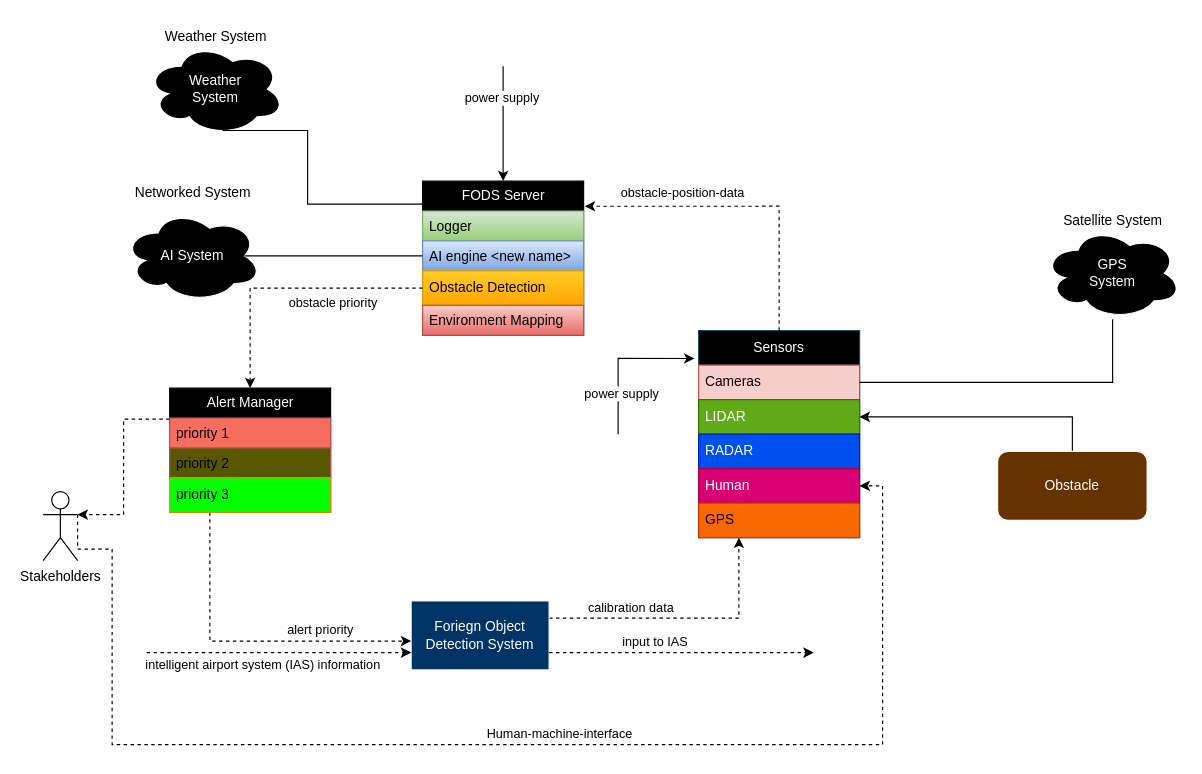
This is Untitled Diagram.drawio from varuneranki/MBSE, a draw.io file, before an edit. Source tidied: cells renumbered, new cells numbered last; positions are measured from the earlier drawing's top-left corner, leaving out a move shared by most shapes. Both pictures are drawn from the tidied source at 115%, with x=0, y=0 at pixel (43, 20).
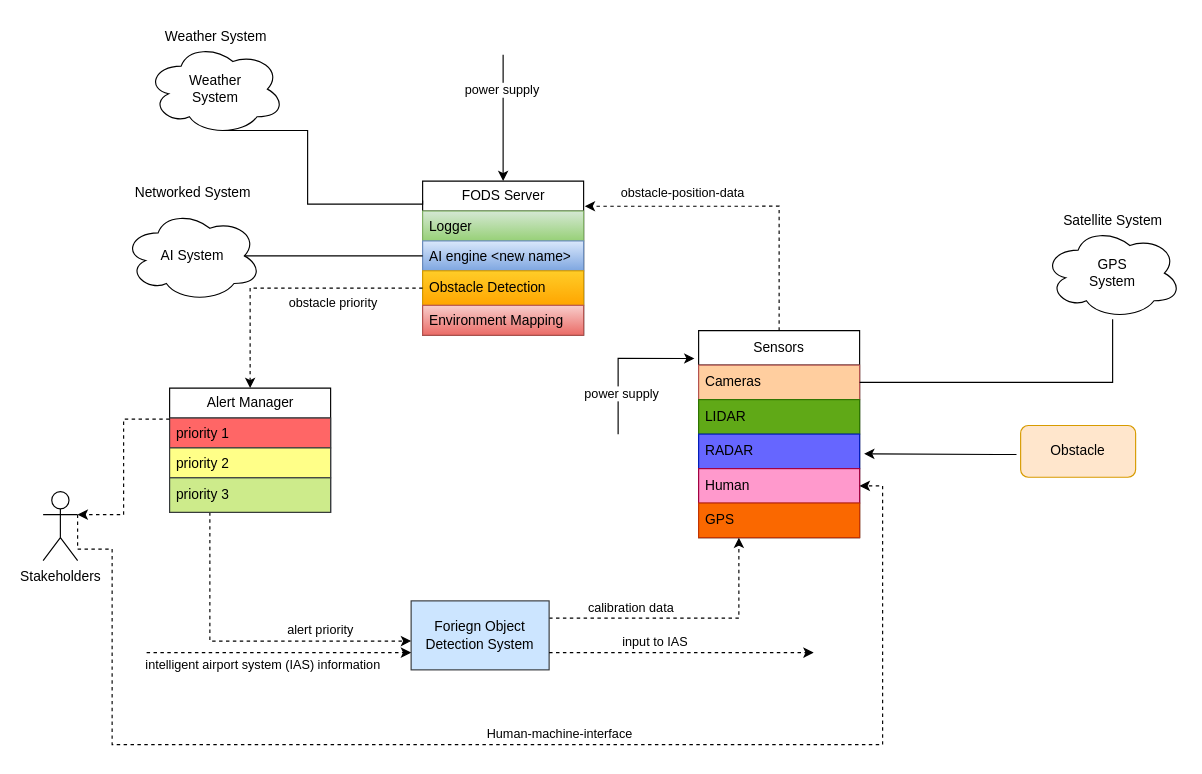
Above is the later version.

Unchanged cells that the change refers to:
```xml
<mxCell id="40" style="group;" parent="1" vertex="1">
  <mxGeometry x="870" y="160" width="120" height="100" as="geometry" />
</mxCell>
<mxCell id="43" style="group;" parent="1" vertex="1">
  <mxGeometry x="90" width="120" height="100" as="geometry" />
</mxCell>
```

What changed in the source:
```diff
@@
-    <mxCell id="2" value="Sensors" style="swimlane;fontStyle=0;horizontal=1;startSize=30;whiteSpace=wrap;html=1;fillColor=#000000;strokeColor=#23445d;fontColor=#FFFFFF;" parent="1" vertex="1">
+    <mxCell id="2" value="Sensors" style="swimlane;fontStyle=0;horizontal=1;startSize=30;whiteSpace=wrap;html=1;" parent="1" vertex="1">
       <mxGeometry x="570" y="270" width="140" height="180" as="geometry" />
     </mxCell>
-    <mxCell id="3" value="Cameras" style="text;strokeColor=#b85450;fillColor=#f8cecc;align=left;verticalAlign=middle;spacingLeft=4;spacingRight=4;overflow=hidden;points=[[0,0.5],[1,0.5]];portConstraint=eastwest;whiteSpace=wrap;html=1;" parent="2" vertex="1">
+    <mxCell id="3" value="Cameras" style="text;strokeColor=#b85450;fillColor=#FFCE9F;align=left;verticalAlign=middle;spacingLeft=4;spacingRight=4;overflow=hidden;points=[[0,0.5],[1,0.5]];portConstraint=eastwest;whiteSpace=wrap;html=1;" parent="2" vertex="1">
       <mxGeometry y="30" width="140" height="30" as="geometry" />
     </mxCell>
-    <mxCell id="4" value="LIDAR" style="text;strokeColor=#2D7600;fillColor=#60a917;align=left;verticalAlign=middle;spacingLeft=4;spacingRight=4;overflow=hidden;points=[[0,0.5],[1,0.5]];portConstraint=eastwest;whiteSpace=wrap;html=1;fontColor=#ffffff;" parent="2" vertex="1">
+    <mxCell id="4" value="LIDAR" style="text;strokeColor=#2D7600;fillColor=#60a917;align=left;verticalAlign=middle;spacingLeft=4;spacingRight=4;overflow=hidden;points=[[0,0.5],[1,0.5]];portConstraint=eastwest;whiteSpace=wrap;html=1;fontColor=#000000;" parent="2" vertex="1">
       <mxGeometry y="60" width="140" height="30" as="geometry" />
     </mxCell>
-    <mxCell id="5" value="RADAR" style="text;strokeColor=#001DBC;fillColor=#0050ef;align=left;verticalAlign=middle;spacingLeft=4;spacingRight=4;overflow=hidden;points=[[0,0.5],[1,0.5]];portConstraint=eastwest;whiteSpace=wrap;html=1;fontColor=#ffffff;" parent="2" vertex="1">
+    <mxCell id="5" value="RADAR" style="text;strokeColor=#001DBC;fillColor=#6666FF;align=left;verticalAlign=middle;spacingLeft=4;spacingRight=4;overflow=hidden;points=[[0,0.5],[1,0.5]];portConstraint=eastwest;whiteSpace=wrap;html=1;fontColor=#000000;" parent="2" vertex="1">
       <mxGeometry y="90" width="140" height="30" as="geometry" />
     </mxCell>
-    <mxCell id="6" value="Human" style="text;strokeColor=#A50040;fillColor=#d80073;align=left;verticalAlign=middle;spacingLeft=4;spacingRight=4;overflow=hidden;whiteSpace=wrap;html=1;fontColor=#ffffff;" parent="2" vertex="1">
+    <mxCell id="6" value="Human" style="text;strokeColor=#A50040;fillColor=#FF99CC;align=left;verticalAlign=middle;spacingLeft=4;spacingRight=4;overflow=hidden;whiteSpace=wrap;html=1;fontColor=#000000;" parent="2" vertex="1">
       <mxGeometry y="120" width="140" height="30" as="geometry" />
     </mxCell>
@@
-    <mxCell id="10" value="Foriegn Object Detection System" style="rounded=0;whiteSpace=wrap;html=1;strokeColor=#FFFFFF;fillColor=#003366;fontColor=#FFFFFF;" parent="1" vertex="1">
+    <mxCell id="10" value="Foriegn Object Detection System" style="rounded=0;whiteSpace=wrap;html=1;strokeColor=#36393d;fillColor=#cce5ff;" parent="1" vertex="1">
       <mxGeometry x="320" y="505" width="120" height="60" as="geometry" />
     </mxCell>
@@
-    <mxCell id="15" style="edgeStyle=orthogonalEdgeStyle;rounded=0;jettySize=auto;html=1;entryX=1;entryY=0.5;entryDx=0;entryDy=0;" parent="1" edge="1" source="16" target="4">
-      <mxGeometry relative="1" as="geometry" />
+    <mxCell id="15" style="edgeStyle=orthogonalEdgeStyle;rounded=0;jettySize=auto;html=1;entryX=1.028;entryY=0.571;entryDx=0;entryDy=0;entryPerimeter=0;exitX=-0.036;exitY=0.56;exitDx=0;exitDy=0;exitPerimeter=0;" parent="1" edge="1" source="16" target="5">
+      <mxGeometry relative="1" as="geometry">
+        <Array as="points">
+          <mxPoint x="830" y="378" />
+        </Array>
+      </mxGeometry>
     </mxCell>
-    <mxCell id="16" value="Obstacle" style="rounded=1;whiteSpace=wrap;html=1;strokeColor=#FFFFFF;fillColor=#663300;gradientColor=none;fontColor=#FFFFFF;" parent="1" vertex="1">
-      <mxGeometry x="830" y="375" width="130" height="60" as="geometry" />
+    <mxCell id="16" value="Obstacle" style="rounded=1;whiteSpace=wrap;html=1;strokeColor=#d79b00;fillColor=#ffe6cc;" parent="1" vertex="1">
+      <mxGeometry x="850" y="352.5" width="100" height="45" as="geometry" />
     </mxCell>
@@
-    <mxCell id="18" value="FOD&lt;span style=&quot;background-color: initial;&quot;&gt;S&amp;nbsp;&lt;/span&gt;&lt;span style=&quot;background-color: initial;&quot;&gt;Server&lt;/span&gt;" style="swimlane;fontStyle=0;horizontal=1;startSize=26;fillColor=#000000;html=1;fontColor=#FFFFFF;" parent="1" vertex="1">
+    <mxCell id="18" value="FOD&lt;span style=&quot;background-color: initial;&quot;&gt;S&amp;nbsp;&lt;/span&gt;&lt;span style=&quot;background-color: initial;&quot;&gt;Server&lt;/span&gt;" style="swimlane;fontStyle=0;horizontal=1;startSize=26;html=1;" parent="1" vertex="1">
       <mxGeometry x="330" y="140" width="140" height="134" as="geometry" />
     </mxCell>
@@
-    <mxCell id="25" value="AI System" style="ellipse;shape=cloud;whiteSpace=wrap;html=1;fontColor=#FFFFFF;fillColor=#000000;strokeColor=#FFFFFF;" parent="1" vertex="1">
+    <mxCell id="25" value="AI System" style="ellipse;shape=cloud;whiteSpace=wrap;html=1;fontColor=#000000;fillColor=#FFFFFF;strokeColor=#000000;" parent="1" vertex="1">
       <mxGeometry x="70" y="165" width="120" height="80" as="geometry" />
     </mxCell>
@@
-    <mxCell id="29" value="Alert Manager" style="swimlane;fontStyle=0;horizontal=1;startSize=26;fillColor=#000000;html=1;fontColor=#FFFFFF;" parent="1" vertex="1">
+    <mxCell id="29" value="Alert Manager" style="swimlane;fontStyle=0;horizontal=1;startSize=26;html=1;" parent="1" vertex="1">
       <mxGeometry x="110" y="320" width="140" height="108" as="geometry" />
     </mxCell>
-    <mxCell id="30" value="priority 1" style="text;strokeColor=#b85450;fillColor=#F86E5E;align=left;verticalAlign=top;spacingLeft=4;spacingRight=4;overflow=hidden;whiteSpace=wrap;html=1;gradientColor=none;" parent="29" vertex="1">
+    <mxCell id="30" value="priority 1" style="text;strokeColor=#36393d;fillColor=#FF6666;align=left;verticalAlign=top;spacingLeft=4;spacingRight=4;overflow=hidden;whiteSpace=wrap;html=1;" parent="29" vertex="1">
       <mxGeometry y="26" width="140" height="26" as="geometry" />
     </mxCell>
-    <mxCell id="31" value="priority 2" style="text;strokeColor=#b85450;fillColor=#575700;align=left;verticalAlign=top;spacingLeft=4;spacingRight=4;overflow=hidden;whiteSpace=wrap;html=1;gradientColor=none;" parent="29" vertex="1">
+    <mxCell id="31" value="priority 2" style="text;strokeColor=#36393d;fillColor=#ffff88;align=left;verticalAlign=top;spacingLeft=4;spacingRight=4;overflow=hidden;whiteSpace=wrap;html=1;" parent="29" vertex="1">
       <mxGeometry y="52" width="140" height="26" as="geometry" />
     </mxCell>
-    <mxCell id="32" value="priority 3" style="text;strokeColor=#d79b00;fillColor=#00FF00;align=left;verticalAlign=middle;spacingLeft=4;spacingRight=4;overflow=hidden;whiteSpace=wrap;html=1;gradientColor=none;" parent="29" vertex="1">
+    <mxCell id="32" value="priority 3" style="text;strokeColor=#36393d;fillColor=#cdeb8b;align=left;verticalAlign=middle;spacingLeft=4;spacingRight=4;overflow=hidden;whiteSpace=wrap;html=1;" parent="29" vertex="1">
       <mxGeometry y="78" width="140" height="30" as="geometry" />
     </mxCell>
@@
-    <mxCell id="41" value="GPS&lt;div&gt;System&lt;/div&gt;" style="ellipse;shape=cloud;whiteSpace=wrap;html=1;fontColor=#FFFFFF;strokeColor=#FFFFFF;fillColor=#000000;" parent="40" vertex="1">
+    <mxCell id="41" value="GPS&lt;div&gt;System&lt;/div&gt;" style="ellipse;shape=cloud;whiteSpace=wrap;html=1;" parent="40" vertex="1">
       <mxGeometry y="20" width="120" height="80" as="geometry" />
     </mxCell>
@@
-    <mxCell id="44" value="&lt;div&gt;Weather&lt;/div&gt;&lt;div&gt;&lt;span style=&quot;background-color: initial;&quot;&gt;System&lt;/span&gt;&lt;/div&gt;" style="ellipse;shape=cloud;whiteSpace=wrap;html=1;fontColor=#FFFFFF;strokeColor=#FFFFFF;fillColor=#000000;" parent="43" vertex="1">
+    <mxCell id="44" value="&lt;div&gt;Weather&lt;/div&gt;&lt;div&gt;&lt;span style=&quot;background-color: initial;&quot;&gt;System&lt;/span&gt;&lt;/div&gt;" style="ellipse;shape=cloud;whiteSpace=wrap;html=1;" parent="43" vertex="1">
       <mxGeometry y="20" width="120" height="80" as="geometry" />
     </mxCell>
@@
     <mxCell id="49" style="endArrow=classic;html=1;rounded=0;entryX=0.5;entryY=0;entryDx=0;entryDy=0;" parent="1" edge="1" target="18">
       <mxGeometry relative="1" as="geometry">
-        <mxPoint x="400" y="40" as="sourcePoint" />
-        <Array as="points">
-          <mxPoint x="400" y="40" />
-        </Array>
+        <mxPoint x="400" y="30" as="sourcePoint" />
       </mxGeometry>
     </mxCell>
```
